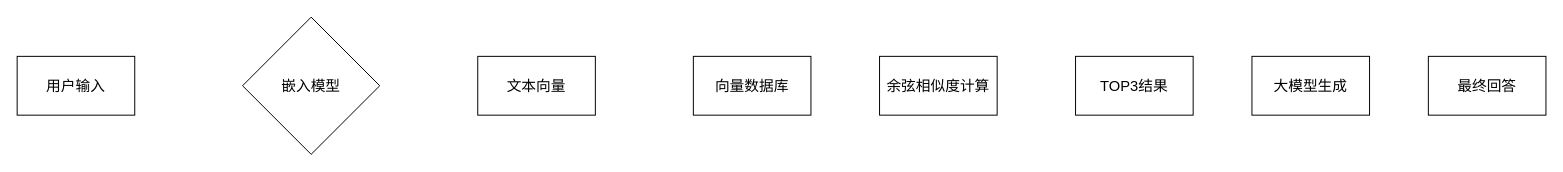
Above: 余弦相似度.drawio in ChengziMao/picture (draw.io), before the change. Source tidied: cells renumbered, new cells numbered last; positions are measured from the earlier drawing's top-left corner, leaving out a move shared by most shapes. Both pictures are drawn from the tidied source at 98%, with x=0, y=0 at pixel (17, 17).
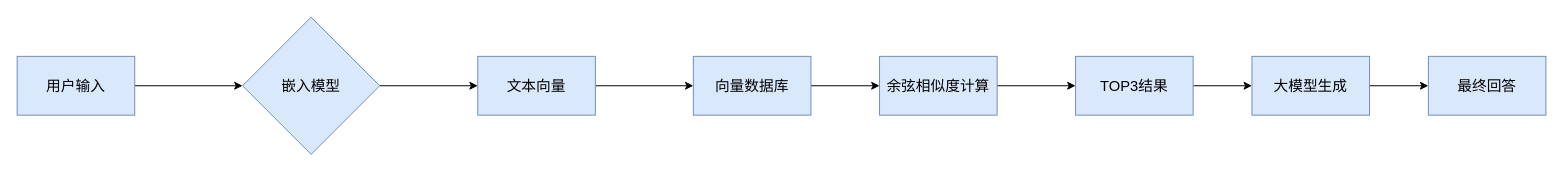
The same diagram, later.

Commit message:
更新余弦相似度.drawio

Diff of the diagram source:
```diff
@@
 <mxGraphModel>
   <root>
     <mxCell id="0" />
     <mxCell id="1" parent="0" />
+    <mxCell id="10" style="edgeStyle=orthogonalEdgeStyle;rounded=0;jettySize=auto;html=1;" parent="1" edge="1" source="2" target="3">
+      <mxGeometry relative="1" as="geometry" />
+    </mxCell>
-    <mxCell id="2" value="用户输入" style="rounded=0;whiteSpace=wrap;html=1;fontSize=15;" parent="1" vertex="1">
+    <mxCell id="2" value="用户输入" style="rounded=0;whiteSpace=wrap;html=1;fontSize=15;fillColor=#dae8fc;strokeColor=#6c8ebf;" parent="1" vertex="1">
       <mxGeometry y="40" width="120" height="60" as="geometry" />
     </mxCell>
+    <mxCell id="11" style="edgeStyle=orthogonalEdgeStyle;rounded=0;jettySize=auto;html=1;entryX=0;entryY=0.5;entryDx=0;entryDy=0;" parent="1" edge="1" source="3" target="4">
+      <mxGeometry relative="1" as="geometry" />
+    </mxCell>
-    <mxCell id="3" value="嵌入模型" style="rhombus;whiteSpace=wrap;html=1;fontSize=15;" parent="1" vertex="1">
+    <mxCell id="3" value="嵌入模型" style="rhombus;whiteSpace=wrap;html=1;fontSize=15;fillColor=#dae8fc;strokeColor=#6c8ebf;" parent="1" vertex="1">
       <mxGeometry x="230" width="140" height="140" as="geometry" />
     </mxCell>
+    <mxCell id="12" style="edgeStyle=orthogonalEdgeStyle;rounded=0;jettySize=auto;html=1;entryX=0;entryY=0.5;entryDx=0;entryDy=0;" parent="1" edge="1" source="4" target="5">
+      <mxGeometry relative="1" as="geometry" />
+    </mxCell>
-    <mxCell id="4" value="文本向量" style="rounded=0;whiteSpace=wrap;html=1;fontSize=15;" parent="1" vertex="1">
+    <mxCell id="4" value="文本向量" style="rounded=0;whiteSpace=wrap;html=1;fontSize=15;fillColor=#dae8fc;strokeColor=#6c8ebf;" parent="1" vertex="1">
       <mxGeometry x="470" y="40" width="120" height="60" as="geometry" />
     </mxCell>
+    <mxCell id="13" style="edgeStyle=orthogonalEdgeStyle;rounded=0;jettySize=auto;html=1;" parent="1" edge="1" source="5" target="6">
+      <mxGeometry relative="1" as="geometry" />
+    </mxCell>
-    <mxCell id="5" value="向量数据库" style="rounded=0;whiteSpace=wrap;html=1;fontSize=15;" parent="1" vertex="1">
+    <mxCell id="5" value="向量数据库" style="rounded=0;whiteSpace=wrap;html=1;fontSize=15;fillColor=#dae8fc;strokeColor=#6c8ebf;" parent="1" vertex="1">
       <mxGeometry x="690" y="40" width="120" height="60" as="geometry" />
     </mxCell>
+    <mxCell id="14" style="edgeStyle=orthogonalEdgeStyle;rounded=0;jettySize=auto;html=1;" parent="1" edge="1" source="6" target="7">
+      <mxGeometry relative="1" as="geometry" />
+    </mxCell>
-    <mxCell id="6" value="余弦相似度计算" style="rounded=0;whiteSpace=wrap;html=1;fontSize=15;" parent="1" vertex="1">
+    <mxCell id="6" value="余弦相似度计算" style="rounded=0;whiteSpace=wrap;html=1;fontSize=15;fillColor=#dae8fc;strokeColor=#6c8ebf;" parent="1" vertex="1">
       <mxGeometry x="880" y="40" width="120" height="60" as="geometry" />
     </mxCell>
+    <mxCell id="15" style="edgeStyle=orthogonalEdgeStyle;rounded=0;jettySize=auto;html=1;entryX=0;entryY=0.5;entryDx=0;entryDy=0;" parent="1" edge="1" source="7" target="8">
+      <mxGeometry relative="1" as="geometry" />
+    </mxCell>
-    <mxCell id="7" value="TOP3结果" style="rounded=0;whiteSpace=wrap;html=1;fontSize=15;" parent="1" vertex="1">
+    <mxCell id="7" value="TOP3结果" style="rounded=0;whiteSpace=wrap;html=1;fontSize=15;fillColor=#dae8fc;strokeColor=#6c8ebf;" parent="1" vertex="1">
       <mxGeometry x="1080" y="40" width="120" height="60" as="geometry" />
     </mxCell>
+    <mxCell id="16" style="edgeStyle=orthogonalEdgeStyle;rounded=0;jettySize=auto;html=1;" parent="1" edge="1" source="8" target="9">
+      <mxGeometry relative="1" as="geometry" />
+    </mxCell>
-    <mxCell id="8" value="大模型生成" style="rounded=0;whiteSpace=wrap;html=1;fontSize=15;" parent="1" vertex="1">
+    <mxCell id="8" value="大模型生成" style="rounded=0;whiteSpace=wrap;html=1;fontSize=15;fillColor=#dae8fc;strokeColor=#6c8ebf;" parent="1" vertex="1">
       <mxGeometry x="1260" y="40" width="120" height="60" as="geometry" />
     </mxCell>
-    <mxCell id="9" value="最终回答" style="rounded=0;whiteSpace=wrap;html=1;fontSize=15;" parent="1" vertex="1">
+    <mxCell id="9" value="最终回答" style="rounded=0;whiteSpace=wrap;html=1;fontSize=15;fillColor=#dae8fc;strokeColor=#6c8ebf;" parent="1" vertex="1">
       <mxGeometry x="1440" y="40" width="120" height="60" as="geometry" />
     </mxCell>
   </root>
 </mxGraphModel>
```
